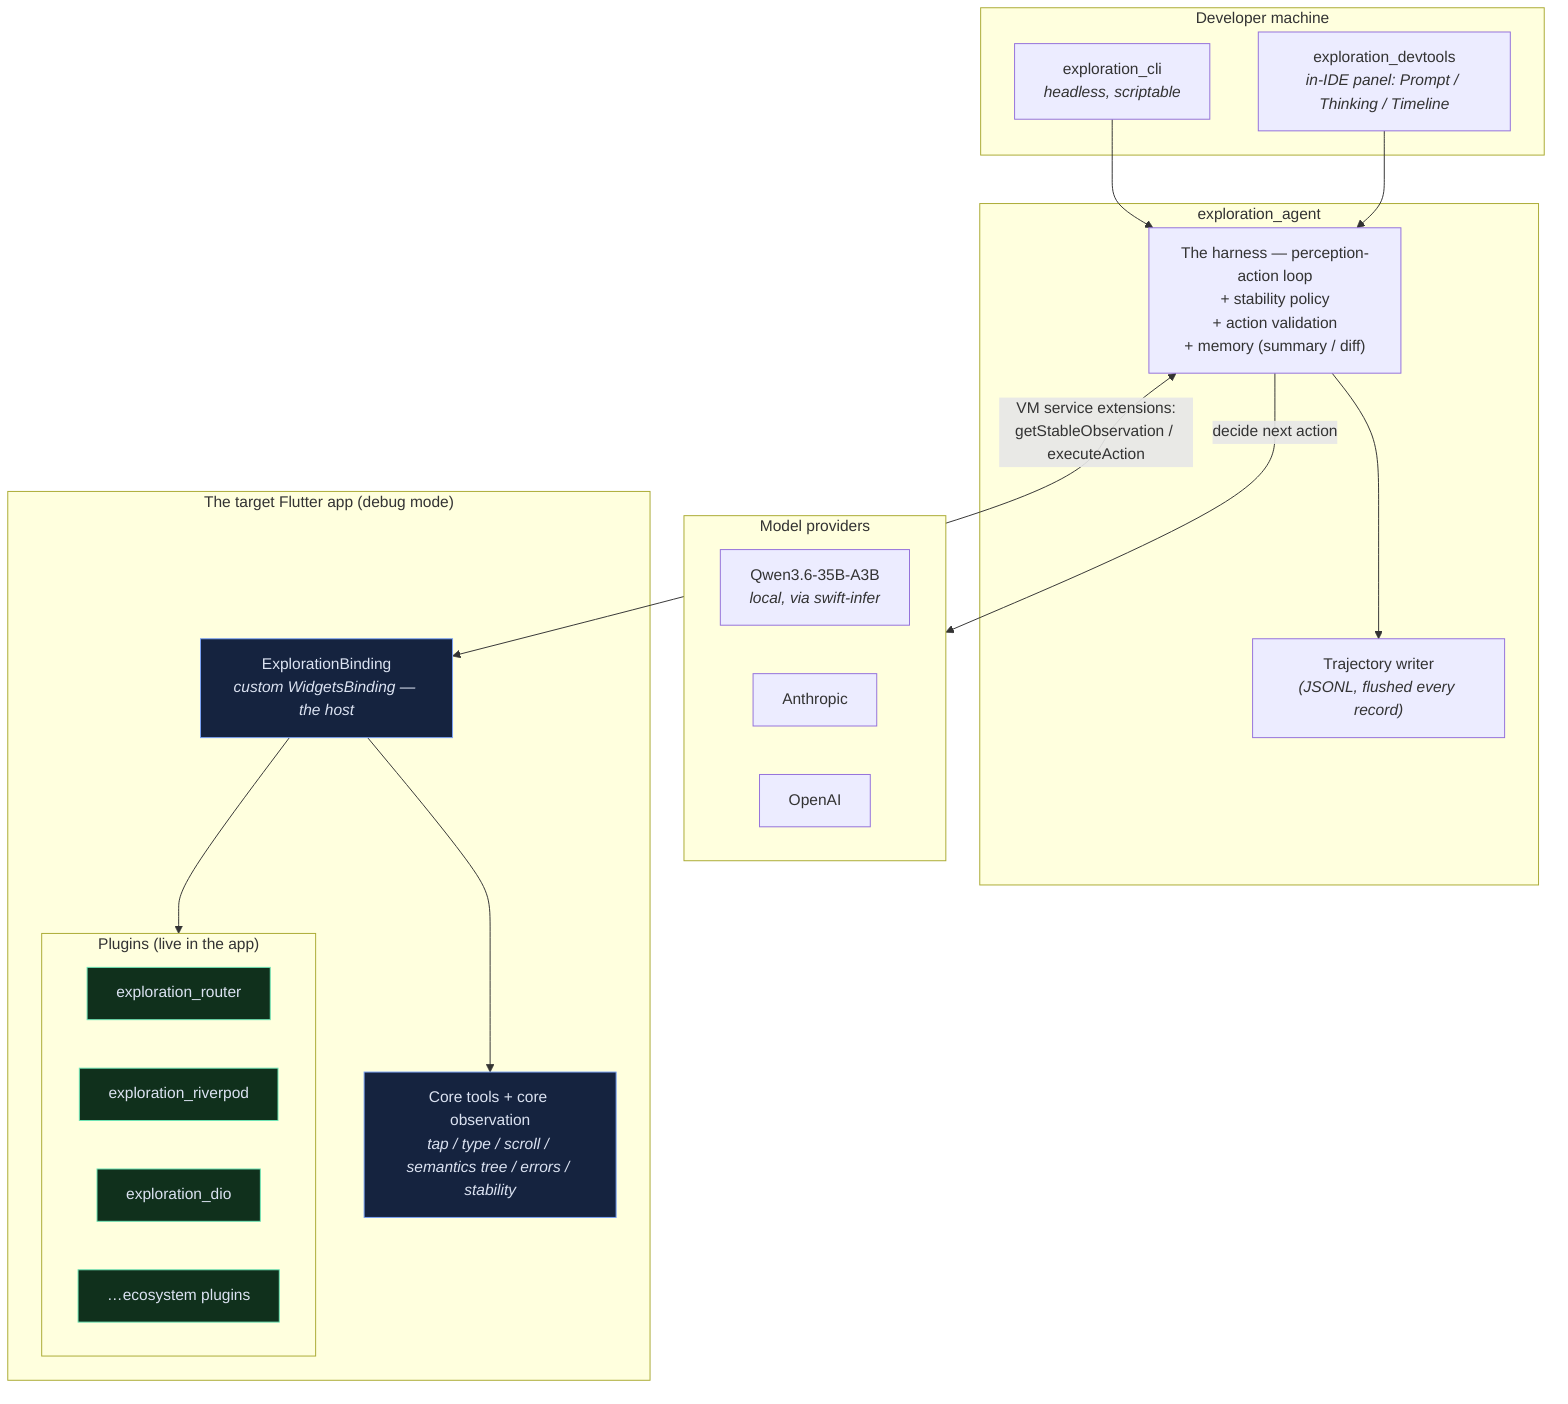
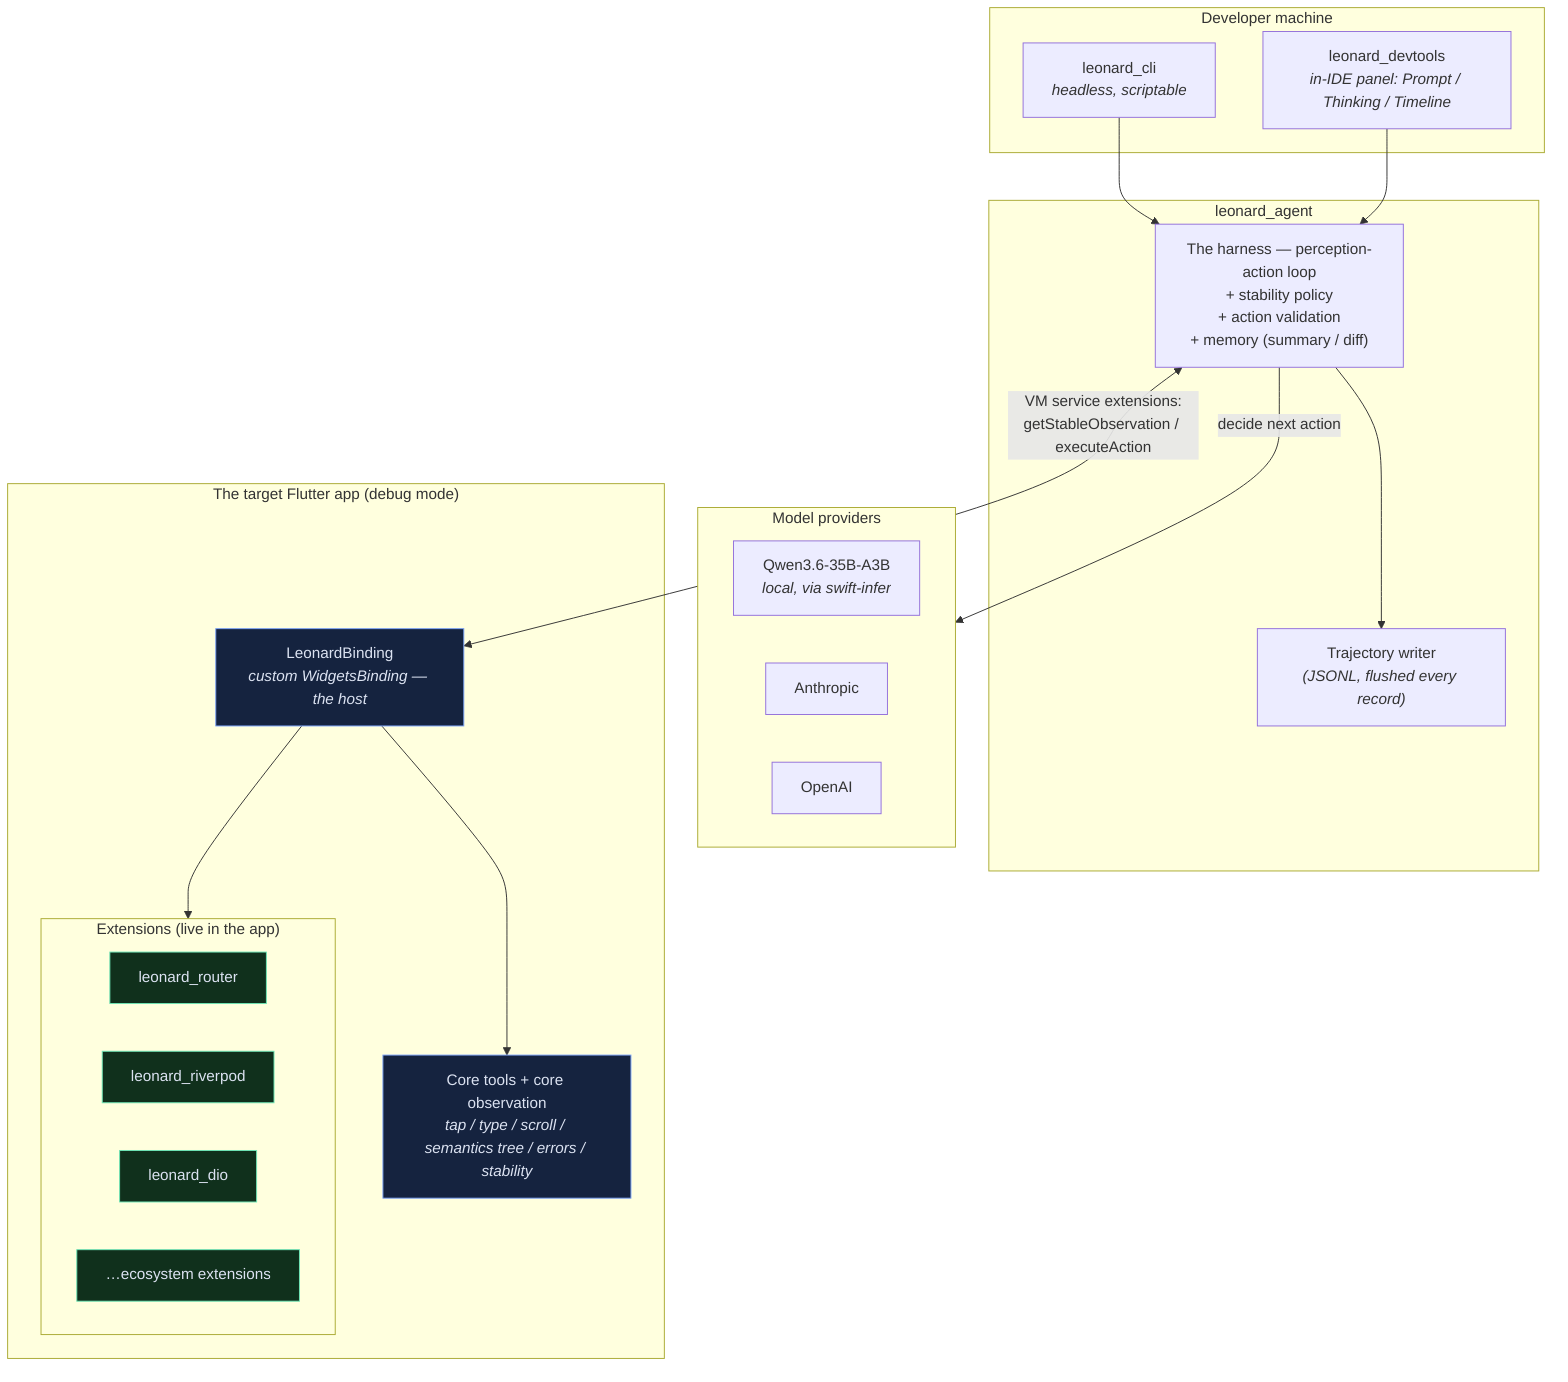
graph TB
    subgraph dev["Developer machine"]
-         cli["exploration_cli<br/><i>headless, scriptable</i>"]
-         dt["exploration_devtools<br/><i>in-IDE panel: Prompt / Thinking / Timeline</i>"]
+         cli["leonard_cli<br/><i>headless, scriptable</i>"]
+         dt["leonard_devtools<br/><i>in-IDE panel: Prompt / Thinking / Timeline</i>"]
    end

-     subgraph harness_box["exploration_agent"]
+     subgraph harness_box["leonard_agent"]
        loop["The harness — perception-action loop<br/>+ stability policy<br/>+ action validation<br/>+ memory (summary / diff)"]
        traj["Trajectory writer<br/><i>(JSONL, flushed every record)</i>"]
        loop --> traj
    end

    subgraph models["Model providers"]
        qwen["Qwen3.6-35B-A3B<br/><i>local, via swift-infer</i>"]
        claude["Anthropic"]
        openai["OpenAI"]
    end

    subgraph app["The target Flutter app (debug mode)"]
-         binding["ExplorationBinding<br/><i>custom WidgetsBinding — the host</i>"]
+         binding["LeonardBinding<br/><i>custom WidgetsBinding — the host</i>"]
        core["Core tools + core observation<br/><i>tap / type / scroll / semantics tree / errors / stability</i>"]
-         subgraph plugins["Plugins (live in the app)"]
-             router_p["exploration_router"]
-             riverpod_p["exploration_riverpod"]
-             dio_p["exploration_dio"]
-             more["…ecosystem plugins"]
+         subgraph plugins["Extensions (live in the app)"]
+             router_p["leonard_router"]
+             riverpod_p["leonard_riverpod"]
+             dio_p["leonard_dio"]
+             more["…ecosystem extensions"]
        end
        binding --> core
        binding --> plugins
    end

    cli --> loop
    dt --> loop
    loop -->|"decide next action"| models
    loop <-->|"VM service extensions:<br/>getStableObservation / executeAction"| binding

    classDef host fill:#15233f,stroke:#7aa2f7,color:#dbe2f1;
    classDef plug fill:#10301c,stroke:#6ee7b7,color:#dbe2f1;
    class binding,core host;
    class router_p,riverpod_p,dio_p,more plug;
